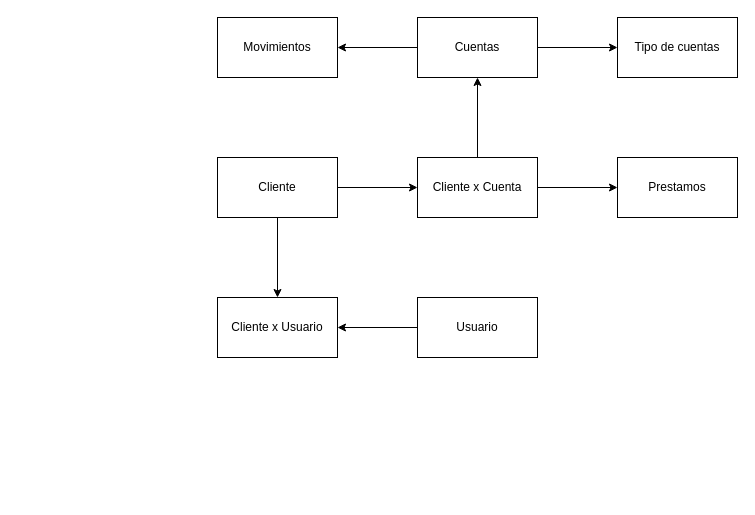
Above: Documentación/DER.drawio in AxelNegro/Banco_Laboratorio_V (draw.io), before the change. Source tidied: cells renumbered, new cells numbered last; positions are measured from the earlier drawing's top-left corner, leaving out a move shared by most shapes. Both pictures are drawn from the tidied source at 100%, with x=0, y=0 at pixel (217, 17).
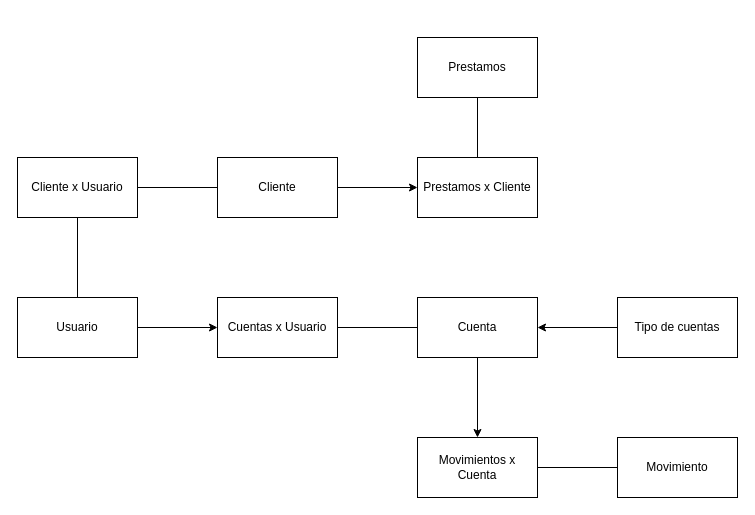
The same diagram, later.

Commit message (it also covers changes not shown here):
Actualizado DERs

Unchanged cells that the change refers to:
```xml
<mxCell id="4" value="&lt;div&gt;Cliente&lt;/div&gt;" style="rounded=0;whiteSpace=wrap;html=1;" parent="1" vertex="1">
  <mxGeometry y="140" width="120" height="60" as="geometry" />
</mxCell>
```

Change to the diagram source:
```diff
@@
-    <mxCell id="2" style="edgeStyle=orthogonalEdgeStyle;rounded=0;jettySize=auto;html=1;" parent="1" edge="1" source="4" target="13">
-      <mxGeometry relative="1" as="geometry" />
-    </mxCell>
-    <mxCell id="3" style="edgeStyle=orthogonalEdgeStyle;rounded=0;jettySize=auto;html=1;" parent="1" edge="1" source="4" target="9">
+    <mxCell id="3" style="edgeStyle=orthogonalEdgeStyle;rounded=0;jettySize=auto;html=1;entryX=0;entryY=0.5;entryDx=0;entryDy=0;" parent="1" edge="1" source="4" target="10">
       <mxGeometry relative="1" as="geometry" />
     </mxCell>
@@
-    <mxCell id="5" style="edgeStyle=orthogonalEdgeStyle;rounded=0;jettySize=auto;html=1;exitX=0;exitY=0.5;exitDx=0;exitDy=0;" parent="1" edge="1" source="11" target="16">
+    <mxCell id="5" style="edgeStyle=orthogonalEdgeStyle;rounded=0;jettySize=auto;html=1;exitX=0.5;exitY=1;exitDx=0;exitDy=0;" parent="1" edge="1" source="11" target="16">
       <mxGeometry relative="1" as="geometry" />
     </mxCell>
-    <mxCell id="6" style="edgeStyle=orthogonalEdgeStyle;rounded=0;jettySize=auto;html=1;exitX=1;exitY=0.5;exitDx=0;exitDy=0;" parent="1" edge="1" source="11" target="12">
-      <mxGeometry relative="1" as="geometry" />
-    </mxCell>
-    <mxCell id="7" style="edgeStyle=orthogonalEdgeStyle;rounded=0;jettySize=auto;html=1;" parent="1" edge="1" source="9" target="11">
-      <mxGeometry relative="1" as="geometry" />
-    </mxCell>
-    <mxCell id="8" style="edgeStyle=orthogonalEdgeStyle;rounded=0;jettySize=auto;html=1;" parent="1" edge="1" source="9" target="10">
-      <mxGeometry relative="1" as="geometry" />
-    </mxCell>
-    <mxCell id="9" value="&lt;div&gt;Cliente x Cuenta&lt;br&gt;&lt;/div&gt;" style="rounded=0;whiteSpace=wrap;html=1;" parent="1" vertex="1">
-      <mxGeometry x="200" y="140" width="120" height="60" as="geometry" />
-    </mxCell>
-    <mxCell id="10" value="Prestamos" style="rounded=0;whiteSpace=wrap;html=1;" parent="1" vertex="1">
-      <mxGeometry x="400" y="140" width="120" height="60" as="geometry" />
+    <mxCell id="10" value="Prestamos x Cliente" style="rounded=0;whiteSpace=wrap;html=1;" parent="1" vertex="1">
+      <mxGeometry x="200" y="140" width="120" height="60" as="geometry" />
     </mxCell>
+    <mxCell id="17" value="Prestamos" style="rounded=0;whiteSpace=wrap;html=1;" parent="1" vertex="1">
+      <mxGeometry x="200" y="20" width="120" height="60" as="geometry" />
+    </mxCell>
-    <mxCell id="11" value="&lt;div&gt;Cuentas&lt;br&gt;&lt;/div&gt;" style="rounded=0;whiteSpace=wrap;html=1;" parent="1" vertex="1">
-      <mxGeometry x="200" width="120" height="60" as="geometry" />
+    <mxCell id="11" value="&lt;div&gt;Cuenta&lt;br&gt;&lt;/div&gt;" style="rounded=0;whiteSpace=wrap;html=1;" parent="1" vertex="1">
+      <mxGeometry x="200" y="280" width="120" height="60" as="geometry" />
     </mxCell>
+    <mxCell id="18" value="Cuentas x Usuario" style="rounded=0;whiteSpace=wrap;html=1;" parent="1" vertex="1">
+      <mxGeometry y="280" width="120" height="60" as="geometry" />
+    </mxCell>
+    <mxCell id="19" style="edgeStyle=orthogonalEdgeStyle;rounded=0;jettySize=auto;html=1;" parent="1" edge="1" source="12" target="11">
+      <mxGeometry relative="1" as="geometry" />
+    </mxCell>
     <mxCell id="12" value="Tipo de cuentas" style="rounded=0;whiteSpace=wrap;html=1;" parent="1" vertex="1">
-      <mxGeometry x="400" width="120" height="60" as="geometry" />
+      <mxGeometry x="400" y="280" width="120" height="60" as="geometry" />
     </mxCell>
     <mxCell id="13" value="Cliente x Usuario" style="rounded=0;whiteSpace=wrap;html=1;" parent="1" vertex="1">
-      <mxGeometry y="280" width="120" height="60" as="geometry" />
+      <mxGeometry x="-200" y="140" width="120" height="60" as="geometry" />
     </mxCell>
-    <mxCell id="14" style="edgeStyle=orthogonalEdgeStyle;rounded=0;jettySize=auto;html=1;" parent="1" edge="1" source="15" target="13">
-      <mxGeometry relative="1" as="geometry" />
-    </mxCell>
+    <mxCell id="20" style="edgeStyle=orthogonalEdgeStyle;rounded=0;jettySize=auto;html=1;" parent="1" edge="1" source="15" target="18">
+      <mxGeometry relative="1" as="geometry" />
+    </mxCell>
     <mxCell id="15" value="&lt;div&gt;Usuario&lt;/div&gt;" style="rounded=0;whiteSpace=wrap;html=1;" parent="1" vertex="1">
-      <mxGeometry x="200" y="280" width="120" height="60" as="geometry" />
+      <mxGeometry x="-200" y="280" width="120" height="60" as="geometry" />
     </mxCell>
-    <mxCell id="16" value="Movimientos" style="rounded=0;whiteSpace=wrap;html=1;" parent="1" vertex="1">
-      <mxGeometry width="120" height="60" as="geometry" />
+    <mxCell id="16" value="Movimientos x Cuenta" style="rounded=0;whiteSpace=wrap;html=1;" parent="1" vertex="1">
+      <mxGeometry x="200" y="420" width="120" height="60" as="geometry" />
     </mxCell>
+    <mxCell id="21" value="&lt;div&gt;Movimiento&lt;/div&gt;" style="rounded=0;whiteSpace=wrap;html=1;" parent="1" vertex="1">
+      <mxGeometry x="400" y="420" width="120" height="60" as="geometry" />
+    </mxCell>
+    <mxCell id="22" style="endArrow=none;html=1;entryX=0.5;entryY=1;entryDx=0;entryDy=0;exitX=0.5;exitY=0;exitDx=0;exitDy=0;" parent="1" edge="1" source="10" target="17">
+      <mxGeometry relative="1" as="geometry" />
+    </mxCell>
+    <mxCell id="23" style="endArrow=none;html=1;exitX=1;exitY=0.5;exitDx=0;exitDy=0;entryX=0;entryY=0.5;entryDx=0;entryDy=0;" parent="1" edge="1" source="13" target="4">
+      <mxGeometry relative="1" as="geometry" />
+    </mxCell>
+    <mxCell id="24" style="endArrow=none;html=1;exitX=0.5;exitY=1;exitDx=0;exitDy=0;entryX=0.5;entryY=0;entryDx=0;entryDy=0;" parent="1" edge="1" source="13" target="15">
+      <mxGeometry relative="1" as="geometry" />
+    </mxCell>
+    <mxCell id="25" style="endArrow=none;html=1;exitX=1;exitY=0.5;exitDx=0;exitDy=0;entryX=0;entryY=0.5;entryDx=0;entryDy=0;" parent="1" edge="1" source="18" target="11">
+      <mxGeometry relative="1" as="geometry" />
+    </mxCell>
+    <mxCell id="26" style="endArrow=none;html=1;entryX=0;entryY=0.5;entryDx=0;entryDy=0;" parent="1" edge="1" target="21">
+      <mxGeometry relative="1" as="geometry">
+        <mxPoint x="320" y="450" as="sourcePoint" />
+      </mxGeometry>
+    </mxCell>
```
